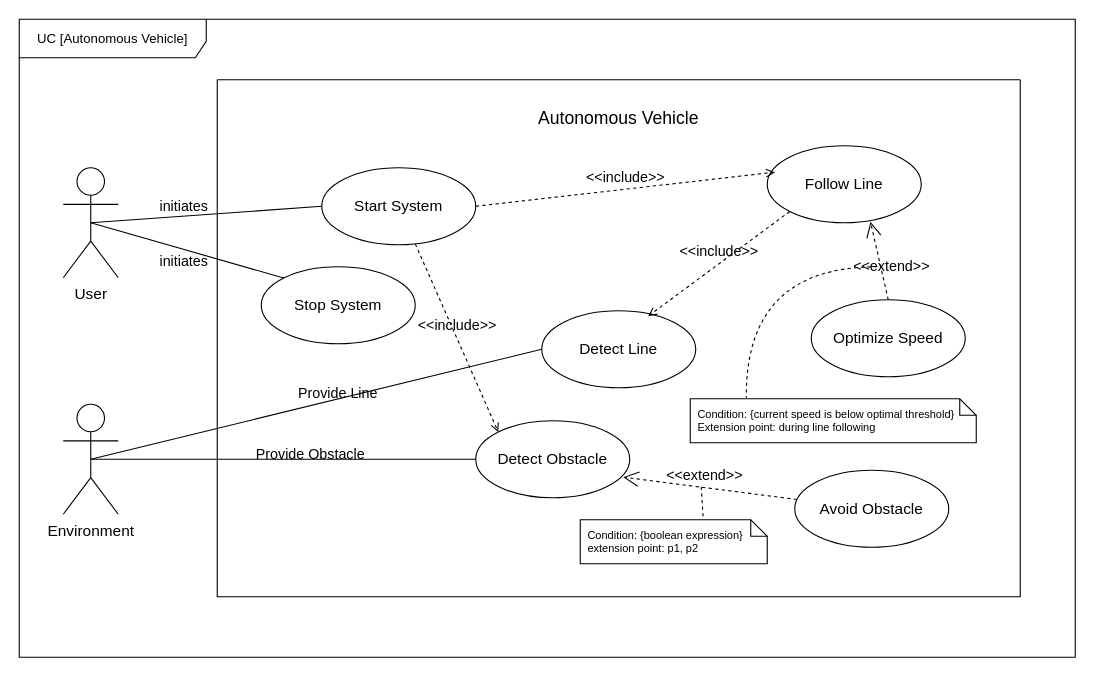
Before: SYSML Diagrams/Draw.io Source Files/Autonomous Vehicle UC diagram.drawio in ali-imara/Autonomous-Vehicle, a draw.io diagram. Source tidied: cells renumbered, new cells numbered last; positions are measured from the earlier drawing's top-left corner, leaving out a move shared by most shapes. Both pictures are drawn from the tidied source at 110%, with x=0, y=0 at pixel (19, 19).
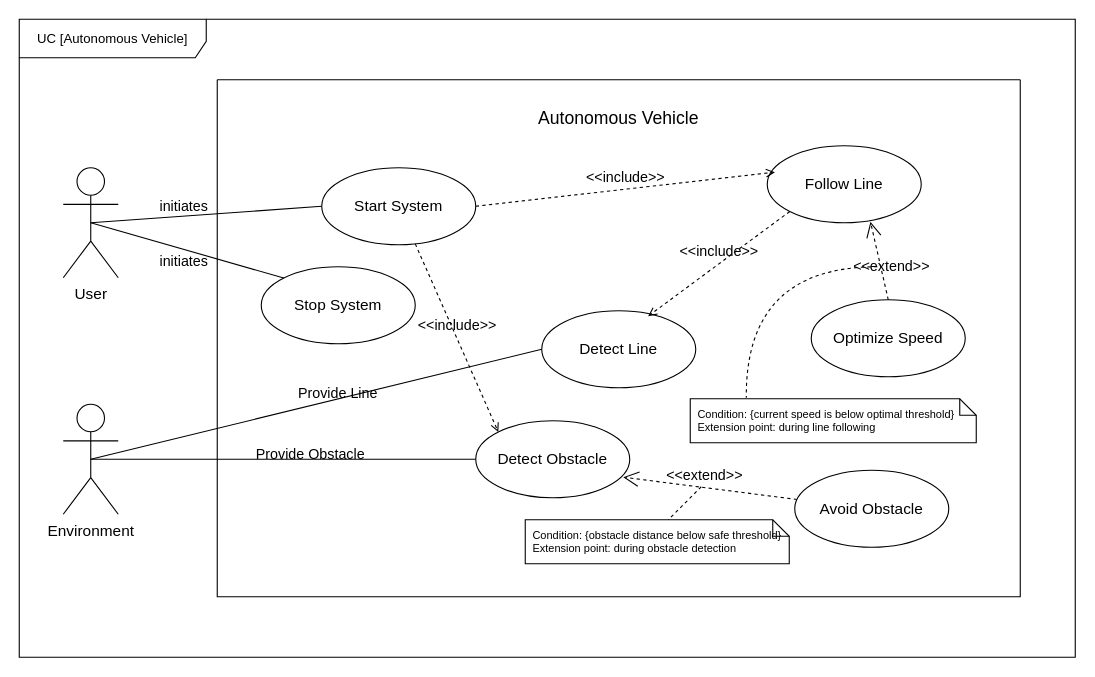
After the change.

Unchanged cells that the change refers to:
```xml
<mxCell id="3" style="swimlane;startSize=0;" parent="1" vertex="1">
  <mxGeometry x="180" y="55" width="730" height="470" as="geometry" />
</mxCell>
```

Change to the diagram source:
```diff
@@
-    <mxCell id="16" value="Condition: {boolean expression}&#10;extension point: p1, p2" style="shape=note;size=15;spacingLeft=5;align=left;whiteSpace=wrap;fontSize=10;" parent="3" vertex="1">
-      <mxGeometry x="330" y="400" width="170" height="40" as="geometry" />
+    <mxCell id="16" value="Condition: {obstacle distance below safe threshold}&#10;Extension point: during obstacle detection" style="shape=note;size=15;spacingLeft=5;align=left;whiteSpace=wrap;fontSize=10;" parent="3" vertex="1">
+      <mxGeometry x="280" y="400" width="240" height="40" as="geometry" />
     </mxCell>
-    <mxCell id="17" style="edgeStyle=none;html=1;endArrow=none;rounded=0;labelBackgroundColor=none;dashed=1;entryX=0.657;entryY=-0.05;entryDx=0;entryDy=0;entryPerimeter=0;" parent="3" edge="1" target="16">
+    <mxCell id="17" style="edgeStyle=none;html=1;endArrow=none;rounded=0;labelBackgroundColor=none;dashed=1;entryX=0.542;entryY=0;entryDx=0;entryDy=0;entryPerimeter=0;" parent="3" edge="1" target="16">
       <mxGeometry relative="1" as="geometry">
         <mxPoint x="440" y="370" as="sourcePoint" />
       </mxGeometry>
     </mxCell>
```
